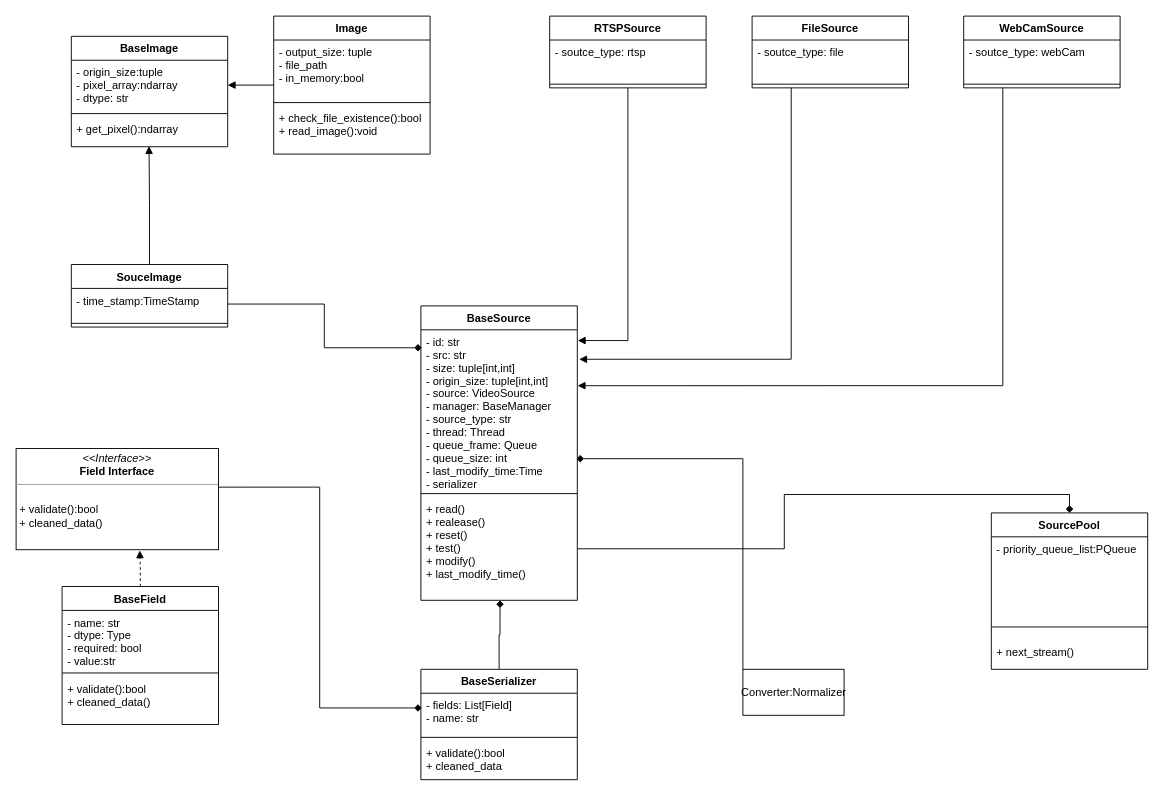
armin-azh/siamese keeps this draw.io diagram as page "Source Class Diagram" (2 of 2) of doc/diagram/face recognition.drawio. Above is the earlier version. Source tidied: cells renumbered, new cells numbered last; positions are measured from the earlier drawing's top-left corner, leaving out a move shared by most shapes. Both pictures are drawn from the tidied source at 92%, with x=0, y=0 at pixel (16, 16).
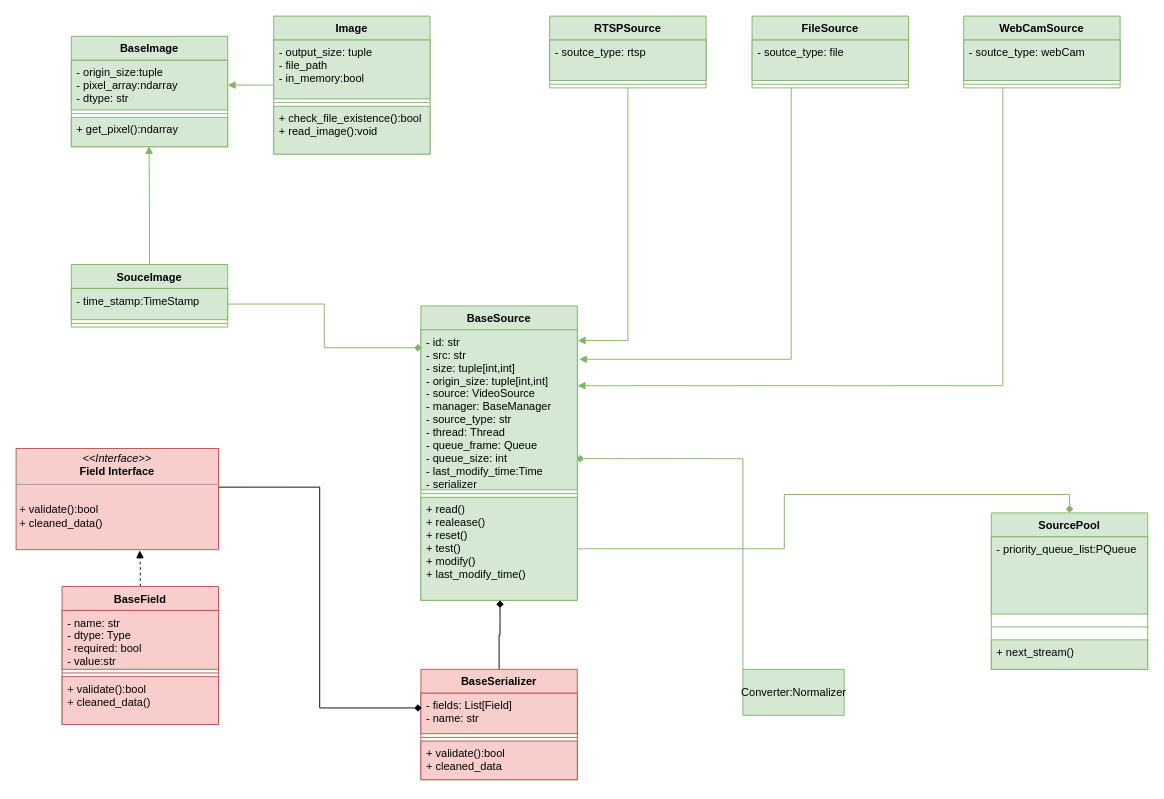
The same page after the edit.

Commit message:
had changed diagram

The edit, as a diff of the source:
```diff
@@
-    <mxCell id="2" value="BaseSource" style="swimlane;fontStyle=1;align=center;verticalAlign=top;horizontal=1;startSize=26;" parent="1" vertex="1">
+    <mxCell id="2" value="BaseSource" style="swimlane;fontStyle=1;align=center;verticalAlign=top;horizontal=1;startSize=26;fillColor=#d5e8d4;strokeColor=#82b366;" parent="1" vertex="1">
       <mxGeometry x="440" y="315" width="170" height="320" as="geometry" />
     </mxCell>
-    <mxCell id="3" value="- id: str&#10;- src: str&#10;- size: tuple[int,int]&#10;- origin_size: tuple[int,int]&#10;- source: VideoSource&#10;- manager: BaseManager&#10;- source_type: str&#10;- thread: Thread&#10;- queue_frame: Queue&#10;- queue_size: int&#10;- last_modify_time:Time&#10;- serializer" style="text;strokeColor=none;fillColor=none;align=left;verticalAlign=top;spacingLeft=4;spacingRight=4;overflow=hidden;points=[[0,0.5],[1,0.5]];portConstraint=eastwest;" parent="2" vertex="1">
+    <mxCell id="3" value="- id: str&#10;- src: str&#10;- size: tuple[int,int]&#10;- origin_size: tuple[int,int]&#10;- source: VideoSource&#10;- manager: BaseManager&#10;- source_type: str&#10;- thread: Thread&#10;- queue_frame: Queue&#10;- queue_size: int&#10;- last_modify_time:Time&#10;- serializer" style="text;strokeColor=#82b366;fillColor=#d5e8d4;align=left;verticalAlign=top;spacingLeft=4;spacingRight=4;overflow=hidden;points=[[0,0.5],[1,0.5]];portConstraint=eastwest;" parent="2" vertex="1">
       <mxGeometry y="26" width="170" height="174" as="geometry" />
     </mxCell>
-    <mxCell id="4" style="line;strokeWidth=1;fillColor=none;align=left;verticalAlign=middle;spacingTop=-1;spacingLeft=3;spacingRight=3;labelPosition=right;" parent="2" vertex="1">
+    <mxCell id="4" style="line;strokeWidth=1;fillColor=#d5e8d4;align=left;verticalAlign=middle;spacingTop=-1;spacingLeft=3;spacingRight=3;labelPosition=right;strokeColor=#82b366;" parent="2" vertex="1">
       <mxGeometry y="200" width="170" height="8" as="geometry" />
     </mxCell>
-    <mxCell id="5" value="+ read()&#10;+ realease()&#10;+ reset()&#10;+ test()&#10;+ modify()&#10;+ last_modify_time()&#10;" style="text;strokeColor=none;fillColor=none;align=left;verticalAlign=top;spacingLeft=4;spacingRight=4;overflow=hidden;points=[[0,0.5],[1,0.5]];portConstraint=eastwest;" parent="2" vertex="1">
+    <mxCell id="5" value="+ read()&#10;+ realease()&#10;+ reset()&#10;+ test()&#10;+ modify()&#10;+ last_modify_time()&#10;" style="text;strokeColor=#82b366;fillColor=#d5e8d4;align=left;verticalAlign=top;spacingLeft=4;spacingRight=4;overflow=hidden;points=[[0,0.5],[1,0.5]];portConstraint=eastwest;" parent="2" vertex="1">
       <mxGeometry y="208" width="170" height="112" as="geometry" />
     </mxCell>
-    <mxCell id="6" value="SourcePool" style="swimlane;fontStyle=1;align=center;verticalAlign=top;horizontal=1;startSize=26;" parent="1" vertex="1">
+    <mxCell id="6" value="SourcePool" style="swimlane;fontStyle=1;align=center;verticalAlign=top;horizontal=1;startSize=26;fillColor=#d5e8d4;strokeColor=#82b366;" parent="1" vertex="1">
       <mxGeometry x="1060" y="540" width="170" height="170" as="geometry" />
     </mxCell>
-    <mxCell id="7" value="- priority_queue_list:PQueue" style="text;strokeColor=none;fillColor=none;align=left;verticalAlign=top;spacingLeft=4;spacingRight=4;overflow=hidden;" parent="6" vertex="1">
+    <mxCell id="7" value="- priority_queue_list:PQueue" style="text;strokeColor=#82b366;fillColor=#d5e8d4;align=left;verticalAlign=top;spacingLeft=4;spacingRight=4;overflow=hidden;" parent="6" vertex="1">
       <mxGeometry y="26" width="170" height="84" as="geometry" />
     </mxCell>
-    <mxCell id="8" style="line;strokeWidth=1;fillColor=none;align=left;verticalAlign=middle;spacingTop=-1;spacingLeft=3;spacingRight=3;labelPosition=right;" parent="6" vertex="1">
+    <mxCell id="8" style="line;strokeWidth=1;fillColor=#d5e8d4;align=left;verticalAlign=middle;spacingTop=-1;spacingLeft=3;spacingRight=3;labelPosition=right;strokeColor=#82b366;" parent="6" vertex="1">
       <mxGeometry y="110" width="170" height="28" as="geometry" />
     </mxCell>
-    <mxCell id="9" value="+ next_stream()" style="text;strokeColor=none;fillColor=none;align=left;verticalAlign=top;spacingLeft=4;spacingRight=4;overflow=hidden;" parent="6" vertex="1">
+    <mxCell id="9" value="+ next_stream()" style="text;strokeColor=#82b366;fillColor=#d5e8d4;align=left;verticalAlign=top;spacingLeft=4;spacingRight=4;overflow=hidden;" parent="6" vertex="1">
       <mxGeometry y="138" width="170" height="32" as="geometry" />
     </mxCell>
-    <mxCell id="10" style="edgeStyle=orthogonalEdgeStyle;rounded=0;jettySize=auto;html=1;endArrow=block;endFill=1;" parent="1" edge="1" source="11" target="16">
+    <mxCell id="10" style="edgeStyle=orthogonalEdgeStyle;rounded=0;jettySize=auto;html=1;endArrow=block;endFill=1;fillColor=#d5e8d4;strokeColor=#82b366;" parent="1" edge="1" source="11" target="16">
       <mxGeometry relative="1" as="geometry" />
     </mxCell>
-    <mxCell id="11" value="Image" style="swimlane;fontStyle=1;align=center;verticalAlign=top;horizontal=1;startSize=26;" parent="1" vertex="1">
+    <mxCell id="11" value="Image" style="swimlane;fontStyle=1;align=center;verticalAlign=top;horizontal=1;startSize=26;fillColor=#d5e8d4;strokeColor=#82b366;" parent="1" vertex="1">
       <mxGeometry x="280" width="170" height="150" as="geometry" />
     </mxCell>
-    <mxCell id="12" value="- output_size: tuple&#10;- file_path&#10;- in_memory:bool" style="text;strokeColor=none;fillColor=none;align=left;verticalAlign=top;spacingLeft=4;spacingRight=4;overflow=hidden;" parent="11" vertex="1">
+    <mxCell id="12" value="- output_size: tuple&#10;- file_path&#10;- in_memory:bool" style="text;strokeColor=#82b366;fillColor=#d5e8d4;align=left;verticalAlign=top;spacingLeft=4;spacingRight=4;overflow=hidden;" parent="11" vertex="1">
       <mxGeometry y="26" width="170" height="64" as="geometry" />
     </mxCell>
-    <mxCell id="13" style="line;strokeWidth=1;fillColor=none;align=left;verticalAlign=middle;spacingTop=-1;spacingLeft=3;spacingRight=3;labelPosition=right;" parent="11" vertex="1">
+    <mxCell id="13" style="line;strokeWidth=1;fillColor=#d5e8d4;align=left;verticalAlign=middle;spacingTop=-1;spacingLeft=3;spacingRight=3;labelPosition=right;strokeColor=#82b366;" parent="11" vertex="1">
       <mxGeometry y="90" width="170" height="8" as="geometry" />
     </mxCell>
-    <mxCell id="14" value="+ check_file_existence():bool&#10;+ read_image():void" style="text;strokeColor=none;fillColor=none;align=left;verticalAlign=top;spacingLeft=4;spacingRight=4;overflow=hidden;" parent="11" vertex="1">
+    <mxCell id="14" value="+ check_file_existence():bool&#10;+ read_image():void" style="text;strokeColor=#82b366;fillColor=#d5e8d4;align=left;verticalAlign=top;spacingLeft=4;spacingRight=4;overflow=hidden;" parent="11" vertex="1">
       <mxGeometry y="98" width="170" height="52" as="geometry" />
     </mxCell>
-    <mxCell id="15" value="BaseImage" style="swimlane;fontStyle=1;align=center;verticalAlign=top;horizontal=1;startSize=26;" parent="1" vertex="1">
+    <mxCell id="15" value="BaseImage" style="swimlane;fontStyle=1;align=center;verticalAlign=top;horizontal=1;startSize=26;fillColor=#d5e8d4;strokeColor=#82b366;" parent="1" vertex="1">
       <mxGeometry x="60" y="22" width="170" height="120" as="geometry" />
     </mxCell>
-    <mxCell id="16" value="- origin_size:tuple&#10;- pixel_array:ndarray&#10;- dtype: str" style="text;strokeColor=none;fillColor=none;align=left;verticalAlign=top;spacingLeft=4;spacingRight=4;overflow=hidden;points=[[0,0.5],[1,0.5]];portConstraint=eastwest;" parent="15" vertex="1">
+    <mxCell id="16" value="- origin_size:tuple&#10;- pixel_array:ndarray&#10;- dtype: str" style="text;strokeColor=#82b366;fillColor=#d5e8d4;align=left;verticalAlign=top;spacingLeft=4;spacingRight=4;overflow=hidden;points=[[0,0.5],[1,0.5]];portConstraint=eastwest;" parent="15" vertex="1">
       <mxGeometry y="26" width="170" height="54" as="geometry" />
     </mxCell>
-    <mxCell id="17" style="line;strokeWidth=1;fillColor=none;align=left;verticalAlign=middle;spacingTop=-1;spacingLeft=3;spacingRight=3;labelPosition=right;" parent="15" vertex="1">
+    <mxCell id="17" style="line;strokeWidth=1;fillColor=#d5e8d4;align=left;verticalAlign=middle;spacingTop=-1;spacingLeft=3;spacingRight=3;labelPosition=right;strokeColor=#82b366;" parent="15" vertex="1">
       <mxGeometry y="80" width="170" height="8" as="geometry" />
     </mxCell>
-    <mxCell id="18" value="+ get_pixel():ndarray" style="text;strokeColor=none;fillColor=none;align=left;verticalAlign=top;spacingLeft=4;spacingRight=4;overflow=hidden;points=[[0,0.5],[1,0.5]];portConstraint=eastwest;" parent="15" vertex="1">
+    <mxCell id="18" value="+ get_pixel():ndarray" style="text;strokeColor=#82b366;fillColor=#d5e8d4;align=left;verticalAlign=top;spacingLeft=4;spacingRight=4;overflow=hidden;points=[[0,0.5],[1,0.5]];portConstraint=eastwest;" parent="15" vertex="1">
       <mxGeometry y="88" width="170" height="32" as="geometry" />
     </mxCell>
-    <mxCell id="19" style="edgeStyle=orthogonalEdgeStyle;rounded=0;jettySize=auto;html=1;entryX=0.497;entryY=0.977;entryDx=0;entryDy=0;entryPerimeter=0;endArrow=block;endFill=1;" parent="1" edge="1" source="20" target="18">
+    <mxCell id="19" style="edgeStyle=orthogonalEdgeStyle;rounded=0;jettySize=auto;html=1;entryX=0.497;entryY=0.977;entryDx=0;entryDy=0;entryPerimeter=0;endArrow=block;endFill=1;fillColor=#d5e8d4;strokeColor=#82b366;" parent="1" edge="1" source="20" target="18">
       <mxGeometry relative="1" as="geometry" />
     </mxCell>
-    <mxCell id="20" value="SouceImage" style="swimlane;fontStyle=1;align=center;verticalAlign=top;horizontal=1;startSize=26;" parent="1" vertex="1">
+    <mxCell id="20" value="SouceImage" style="swimlane;fontStyle=1;align=center;verticalAlign=top;horizontal=1;startSize=26;fillColor=#d5e8d4;strokeColor=#82b366;" parent="1" vertex="1">
       <mxGeometry x="60" y="270" width="170" height="68" as="geometry" />
     </mxCell>
-    <mxCell id="21" value="- time_stamp:TimeStamp" style="text;strokeColor=none;fillColor=none;align=left;verticalAlign=top;spacingLeft=4;spacingRight=4;overflow=hidden;points=[[0,0.5],[1,0.5]];portConstraint=eastwest;" parent="20" vertex="1">
+    <mxCell id="21" value="- time_stamp:TimeStamp" style="text;strokeColor=#82b366;fillColor=#d5e8d4;align=left;verticalAlign=top;spacingLeft=4;spacingRight=4;overflow=hidden;points=[[0,0.5],[1,0.5]];portConstraint=eastwest;" parent="20" vertex="1">
       <mxGeometry y="26" width="170" height="34" as="geometry" />
     </mxCell>
-    <mxCell id="22" style="line;strokeWidth=1;fillColor=none;align=left;verticalAlign=middle;spacingTop=-1;spacingLeft=3;spacingRight=3;labelPosition=right;" parent="20" vertex="1">
+    <mxCell id="22" style="line;strokeWidth=1;fillColor=#d5e8d4;align=left;verticalAlign=middle;spacingTop=-1;spacingLeft=3;spacingRight=3;labelPosition=right;strokeColor=#82b366;" parent="20" vertex="1">
       <mxGeometry y="60" width="170" height="8" as="geometry" />
     </mxCell>
-    <mxCell id="23" style="edgeStyle=orthogonalEdgeStyle;rounded=0;jettySize=auto;html=1;endArrow=diamond;endFill=1;entryX=0.006;entryY=0.112;entryDx=0;entryDy=0;entryPerimeter=0;exitX=1;exitY=0.5;exitDx=0;exitDy=0;" parent="1" edge="1" source="21" target="3">
+    <mxCell id="23" style="edgeStyle=orthogonalEdgeStyle;rounded=0;jettySize=auto;html=1;endArrow=diamond;endFill=1;entryX=0.006;entryY=0.112;entryDx=0;entryDy=0;entryPerimeter=0;exitX=1;exitY=0.5;exitDx=0;exitDy=0;fillColor=#d5e8d4;strokeColor=#82b366;" parent="1" edge="1" source="21" target="3">
       <mxGeometry relative="1" as="geometry" />
     </mxCell>
@@
-    <mxCell id="25" value="BaseSerializer" style="swimlane;fontStyle=1;align=center;verticalAlign=top;horizontal=1;startSize=26;" parent="1" vertex="1">
+    <mxCell id="25" value="BaseSerializer" style="swimlane;fontStyle=1;align=center;verticalAlign=top;horizontal=1;startSize=26;fillColor=#f8cecc;strokeColor=#b85450;" parent="1" vertex="1">
       <mxGeometry x="440" y="710" width="170" height="120" as="geometry" />
     </mxCell>
-    <mxCell id="26" value="- fields: List[Field]&#10;- name: str" style="text;strokeColor=none;fillColor=none;align=left;verticalAlign=top;spacingLeft=4;spacingRight=4;overflow=hidden;points=[[0,0.5],[1,0.5]];portConstraint=eastwest;" parent="25" vertex="1">
+    <mxCell id="26" value="- fields: List[Field]&#10;- name: str" style="text;strokeColor=#b85450;fillColor=#f8cecc;align=left;verticalAlign=top;spacingLeft=4;spacingRight=4;overflow=hidden;points=[[0,0.5],[1,0.5]];portConstraint=eastwest;" parent="25" vertex="1">
       <mxGeometry y="26" width="170" height="44" as="geometry" />
     </mxCell>
-    <mxCell id="27" style="line;strokeWidth=1;fillColor=none;align=left;verticalAlign=middle;spacingTop=-1;spacingLeft=3;spacingRight=3;labelPosition=right;" parent="25" vertex="1">
+    <mxCell id="27" style="line;strokeWidth=1;fillColor=#f8cecc;align=left;verticalAlign=middle;spacingTop=-1;spacingLeft=3;spacingRight=3;labelPosition=right;strokeColor=#b85450;" parent="25" vertex="1">
       <mxGeometry y="70" width="170" height="8" as="geometry" />
     </mxCell>
-    <mxCell id="28" value="+ validate():bool&#10;+ cleaned_data" style="text;strokeColor=none;fillColor=none;align=left;verticalAlign=top;spacingLeft=4;spacingRight=4;overflow=hidden;" parent="25" vertex="1">
+    <mxCell id="28" value="+ validate():bool&#10;+ cleaned_data" style="text;strokeColor=#b85450;fillColor=#f8cecc;align=left;verticalAlign=top;spacingLeft=4;spacingRight=4;overflow=hidden;" parent="25" vertex="1">
       <mxGeometry y="78" width="170" height="42" as="geometry" />
     </mxCell>
@@
-    <mxCell id="30" value="BaseField" style="swimlane;fontStyle=1;align=center;verticalAlign=top;horizontal=1;startSize=26;" parent="1" vertex="1">
+    <mxCell id="30" value="BaseField" style="swimlane;fontStyle=1;align=center;verticalAlign=top;horizontal=1;startSize=26;fillColor=#f8cecc;strokeColor=#b85450;" parent="1" vertex="1">
       <mxGeometry x="50" y="620" width="170" height="150" as="geometry" />
     </mxCell>
-    <mxCell id="31" value="- name: str&#10;- dtype: Type&#10;- required: bool&#10;- value:str" style="text;strokeColor=none;fillColor=none;align=left;verticalAlign=top;spacingLeft=4;spacingRight=4;overflow=hidden;" parent="30" vertex="1">
+    <mxCell id="31" value="- name: str&#10;- dtype: Type&#10;- required: bool&#10;- value:str" style="text;strokeColor=#b85450;fillColor=#f8cecc;align=left;verticalAlign=top;spacingLeft=4;spacingRight=4;overflow=hidden;" parent="30" vertex="1">
       <mxGeometry y="26" width="170" height="64" as="geometry" />
     </mxCell>
-    <mxCell id="32" style="line;strokeWidth=1;fillColor=none;align=left;verticalAlign=middle;spacingTop=-1;spacingLeft=3;spacingRight=3;labelPosition=right;" parent="30" vertex="1">
+    <mxCell id="32" style="line;strokeWidth=1;fillColor=#f8cecc;align=left;verticalAlign=middle;spacingTop=-1;spacingLeft=3;spacingRight=3;labelPosition=right;strokeColor=#b85450;" parent="30" vertex="1">
       <mxGeometry y="90" width="170" height="8" as="geometry" />
     </mxCell>
-    <mxCell id="33" value="+ validate():bool&#10;+ cleaned_data()" style="text;strokeColor=none;fillColor=none;align=left;verticalAlign=top;spacingLeft=4;spacingRight=4;overflow=hidden;" parent="30" vertex="1">
+    <mxCell id="33" value="+ validate():bool&#10;+ cleaned_data()" style="text;strokeColor=#b85450;fillColor=#f8cecc;align=left;verticalAlign=top;spacingLeft=4;spacingRight=4;overflow=hidden;" parent="30" vertex="1">
       <mxGeometry y="98" width="170" height="52" as="geometry" />
     </mxCell>
@@
-    <mxCell id="35" value="&lt;p style=&quot;margin: 0px ; margin-top: 4px ; text-align: center&quot;&gt;&lt;i&gt;&amp;lt;&amp;lt;Interface&amp;gt;&amp;gt;&lt;/i&gt;&lt;br&gt;&lt;b&gt;Field Interface&lt;/b&gt;&lt;/p&gt;&lt;hr size=&quot;1&quot;&gt;&lt;p style=&quot;margin: 0px ; margin-left: 4px&quot;&gt;&lt;br&gt;&lt;/p&gt;&lt;p style=&quot;margin: 0px ; margin-left: 4px&quot;&gt;+ validate():bool&lt;br style=&quot;padding: 0px ; margin: 0px&quot;&gt;+ cleaned_data()&lt;br&gt;&lt;/p&gt;" style="verticalAlign=top;align=left;overflow=fill;fontSize=12;fontFamily=Helvetica;html=1;" parent="1" vertex="1">
+    <mxCell id="35" value="&lt;p style=&quot;margin: 0px ; margin-top: 4px ; text-align: center&quot;&gt;&lt;i&gt;&amp;lt;&amp;lt;Interface&amp;gt;&amp;gt;&lt;/i&gt;&lt;br&gt;&lt;b&gt;Field Interface&lt;/b&gt;&lt;/p&gt;&lt;hr size=&quot;1&quot;&gt;&lt;p style=&quot;margin: 0px ; margin-left: 4px&quot;&gt;&lt;br&gt;&lt;/p&gt;&lt;p style=&quot;margin: 0px ; margin-left: 4px&quot;&gt;+ validate():bool&lt;br style=&quot;padding: 0px ; margin: 0px&quot;&gt;+ cleaned_data()&lt;br&gt;&lt;/p&gt;" style="verticalAlign=top;align=left;overflow=fill;fontSize=12;fontFamily=Helvetica;html=1;fillColor=#f8cecc;strokeColor=#b85450;" parent="1" vertex="1">
       <mxGeometry y="470" width="220" height="110" as="geometry" />
     </mxCell>
-    <mxCell id="36" style="edgeStyle=orthogonalEdgeStyle;rounded=0;jettySize=auto;html=1;entryX=0.5;entryY=0;entryDx=0;entryDy=0;endArrow=diamond;endFill=1;exitX=1;exitY=0.5;exitDx=0;exitDy=0;" parent="1" edge="1" source="5" target="6">
+    <mxCell id="36" style="edgeStyle=orthogonalEdgeStyle;rounded=0;jettySize=auto;html=1;entryX=0.5;entryY=0;entryDx=0;entryDy=0;endArrow=diamond;endFill=1;exitX=1;exitY=0.5;exitDx=0;exitDy=0;fillColor=#d5e8d4;strokeColor=#82b366;" parent="1" edge="1" source="5" target="6">
       <mxGeometry relative="1" as="geometry" />
     </mxCell>
-    <mxCell id="37" style="edgeStyle=orthogonalEdgeStyle;rounded=0;jettySize=auto;html=1;entryX=1.003;entryY=0.067;entryDx=0;entryDy=0;entryPerimeter=0;endArrow=block;endFill=1;" parent="1" edge="1" source="38" target="3">
+    <mxCell id="37" style="edgeStyle=orthogonalEdgeStyle;rounded=0;jettySize=auto;html=1;entryX=1.003;entryY=0.067;entryDx=0;entryDy=0;entryPerimeter=0;endArrow=block;endFill=1;fillColor=#d5e8d4;strokeColor=#82b366;" parent="1" edge="1" source="38" target="3">
       <mxGeometry relative="1" as="geometry" />
     </mxCell>
-    <mxCell id="38" value="RTSPSource" style="swimlane;fontStyle=1;align=center;verticalAlign=top;horizontal=1;startSize=26;" parent="1" vertex="1">
+    <mxCell id="38" value="RTSPSource" style="swimlane;fontStyle=1;align=center;verticalAlign=top;horizontal=1;startSize=26;fillColor=#d5e8d4;strokeColor=#82b366;" parent="1" vertex="1">
       <mxGeometry x="580" width="170" height="78" as="geometry" />
     </mxCell>
-    <mxCell id="39" value="- soutce_type: rtsp" style="text;strokeColor=none;fillColor=none;align=left;verticalAlign=top;spacingLeft=4;spacingRight=4;overflow=hidden;" parent="38" vertex="1">
+    <mxCell id="39" value="- soutce_type: rtsp" style="text;strokeColor=#82b366;fillColor=#d5e8d4;align=left;verticalAlign=top;spacingLeft=4;spacingRight=4;overflow=hidden;" parent="38" vertex="1">
       <mxGeometry y="26" width="170" height="44" as="geometry" />
     </mxCell>
-    <mxCell id="40" style="line;strokeWidth=1;fillColor=none;align=left;verticalAlign=middle;spacingTop=-1;spacingLeft=3;spacingRight=3;labelPosition=right;" parent="38" vertex="1">
+    <mxCell id="40" style="line;strokeWidth=1;fillColor=#d5e8d4;align=left;verticalAlign=middle;spacingTop=-1;spacingLeft=3;spacingRight=3;labelPosition=right;strokeColor=#82b366;" parent="38" vertex="1">
       <mxGeometry y="70" width="170" height="8" as="geometry" />
     </mxCell>
-    <mxCell id="41" value="FileSource" style="swimlane;fontStyle=1;align=center;verticalAlign=top;horizontal=1;startSize=26;" parent="1" vertex="1">
+    <mxCell id="41" value="FileSource" style="swimlane;fontStyle=1;align=center;verticalAlign=top;horizontal=1;startSize=26;fillColor=#d5e8d4;strokeColor=#82b366;" parent="1" vertex="1">
       <mxGeometry x="800" width="170" height="78" as="geometry" />
     </mxCell>
-    <mxCell id="42" value="- soutce_type: file" style="text;strokeColor=none;fillColor=none;align=left;verticalAlign=top;spacingLeft=4;spacingRight=4;overflow=hidden;" parent="41" vertex="1">
+    <mxCell id="42" value="- soutce_type: file" style="text;strokeColor=#82b366;fillColor=#d5e8d4;align=left;verticalAlign=top;spacingLeft=4;spacingRight=4;overflow=hidden;" parent="41" vertex="1">
       <mxGeometry y="26" width="170" height="44" as="geometry" />
     </mxCell>
-    <mxCell id="43" style="line;strokeWidth=1;fillColor=none;align=left;verticalAlign=middle;spacingTop=-1;spacingLeft=3;spacingRight=3;labelPosition=right;" parent="41" vertex="1">
+    <mxCell id="43" style="line;strokeWidth=1;fillColor=#d5e8d4;align=left;verticalAlign=middle;spacingTop=-1;spacingLeft=3;spacingRight=3;labelPosition=right;strokeColor=#82b366;" parent="41" vertex="1">
       <mxGeometry y="70" width="170" height="8" as="geometry" />
     </mxCell>
-    <mxCell id="44" style="edgeStyle=orthogonalEdgeStyle;rounded=0;jettySize=auto;html=1;entryX=1.012;entryY=0.184;entryDx=0;entryDy=0;entryPerimeter=0;endArrow=block;endFill=1;exitX=0.25;exitY=1;exitDx=0;exitDy=0;" parent="1" edge="1" source="41" target="3">
+    <mxCell id="44" style="edgeStyle=orthogonalEdgeStyle;rounded=0;jettySize=auto;html=1;entryX=1.012;entryY=0.184;entryDx=0;entryDy=0;entryPerimeter=0;endArrow=block;endFill=1;exitX=0.25;exitY=1;exitDx=0;exitDy=0;fillColor=#d5e8d4;strokeColor=#82b366;" parent="1" edge="1" source="41" target="3">
       <mxGeometry relative="1" as="geometry" />
     </mxCell>
-    <mxCell id="45" value="WebCamSource" style="swimlane;fontStyle=1;align=center;verticalAlign=top;horizontal=1;startSize=26;" parent="1" vertex="1">
+    <mxCell id="45" value="WebCamSource" style="swimlane;fontStyle=1;align=center;verticalAlign=top;horizontal=1;startSize=26;fillColor=#d5e8d4;strokeColor=#82b366;" parent="1" vertex="1">
       <mxGeometry x="1030" width="170" height="78" as="geometry" />
     </mxCell>
-    <mxCell id="46" value="- soutce_type: webCam" style="text;strokeColor=none;fillColor=none;align=left;verticalAlign=top;spacingLeft=4;spacingRight=4;overflow=hidden;" parent="45" vertex="1">
+    <mxCell id="46" value="- soutce_type: webCam" style="text;strokeColor=#82b366;fillColor=#d5e8d4;align=left;verticalAlign=top;spacingLeft=4;spacingRight=4;overflow=hidden;" parent="45" vertex="1">
       <mxGeometry y="26" width="170" height="44" as="geometry" />
     </mxCell>
-    <mxCell id="47" style="line;strokeWidth=1;fillColor=none;align=left;verticalAlign=middle;spacingTop=-1;spacingLeft=3;spacingRight=3;labelPosition=right;" parent="45" vertex="1">
+    <mxCell id="47" style="line;strokeWidth=1;fillColor=#d5e8d4;align=left;verticalAlign=middle;spacingTop=-1;spacingLeft=3;spacingRight=3;labelPosition=right;strokeColor=#82b366;" parent="45" vertex="1">
       <mxGeometry y="70" width="170" height="8" as="geometry" />
     </mxCell>
-    <mxCell id="48" style="edgeStyle=orthogonalEdgeStyle;rounded=0;jettySize=auto;html=1;entryX=1.002;entryY=0.349;entryDx=0;entryDy=0;entryPerimeter=0;endArrow=block;endFill=1;exitX=0.25;exitY=1;exitDx=0;exitDy=0;" parent="1" edge="1" source="45" target="3">
+    <mxCell id="48" style="edgeStyle=orthogonalEdgeStyle;rounded=0;jettySize=auto;html=1;entryX=1.002;entryY=0.349;entryDx=0;entryDy=0;entryPerimeter=0;endArrow=block;endFill=1;exitX=0.25;exitY=1;exitDx=0;exitDy=0;fillColor=#d5e8d4;strokeColor=#82b366;" parent="1" edge="1" source="45" target="3">
       <mxGeometry relative="1" as="geometry" />
     </mxCell>
-    <mxCell id="49" style="edgeStyle=orthogonalEdgeStyle;rounded=0;jettySize=auto;html=1;exitX=0;exitY=0;exitDx=0;exitDy=0;entryX=0.994;entryY=0.805;entryDx=0;entryDy=0;entryPerimeter=0;endArrow=diamond;endFill=1;" parent="1" edge="1" source="50" target="3">
+    <mxCell id="49" style="edgeStyle=orthogonalEdgeStyle;rounded=0;jettySize=auto;html=1;exitX=0;exitY=0;exitDx=0;exitDy=0;entryX=0.994;entryY=0.805;entryDx=0;entryDy=0;entryPerimeter=0;endArrow=diamond;endFill=1;fillColor=#d5e8d4;strokeColor=#82b366;" parent="1" edge="1" source="50" target="3">
       <mxGeometry relative="1" as="geometry" />
     </mxCell>
-    <mxCell id="50" value="Converter:Normalizer" style="html=1;" parent="1" vertex="1">
+    <mxCell id="50" value="Converter:Normalizer" style="html=1;fillColor=#d5e8d4;strokeColor=#82b366;" parent="1" vertex="1">
       <mxGeometry x="790" y="710" width="110" height="50" as="geometry" />
     </mxCell>
```
